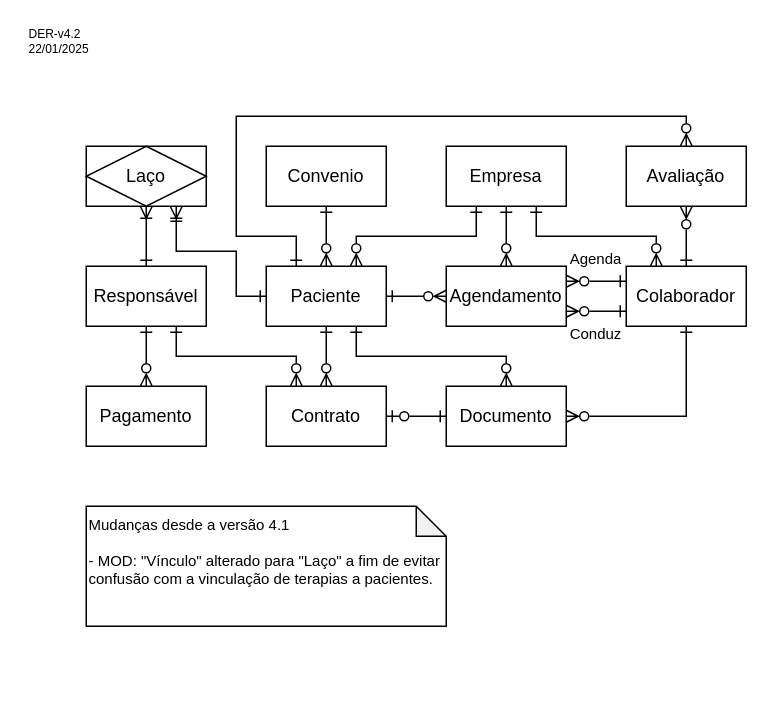
Earlier version of the draw.io diagram page "v4.2" (1 of 5) of docs/desenhos/der.drawio (therapies-love-kids/modulo-avaliacao). Source tidied: cells renumbered, new cells numbered last; positions are measured from the earlier drawing's top-left corner, leaving out a move shared by most shapes. Both pictures are drawn from the tidied source at 150%, with x=0, y=0 at pixel (26, 26).
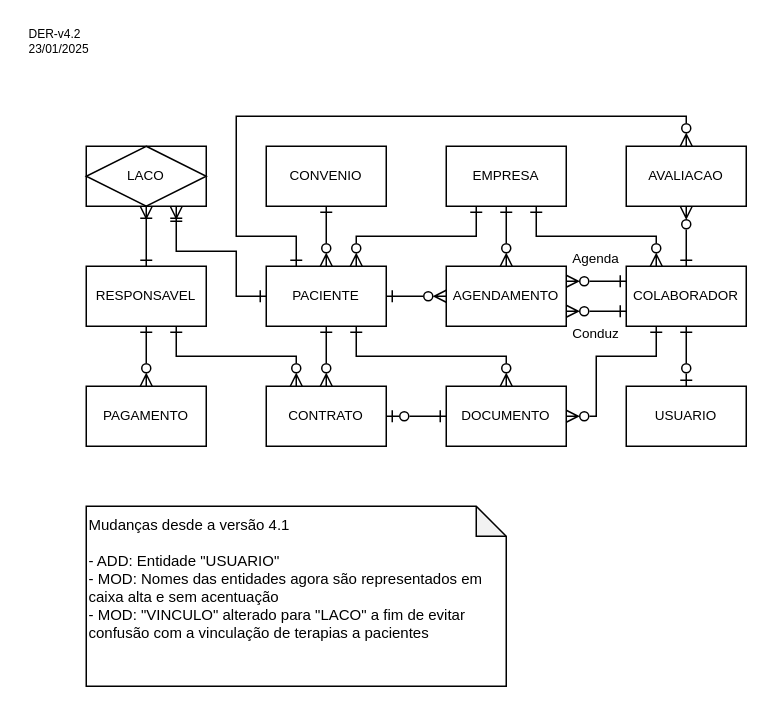
After the change.

Commit message:
MOD: Diagrama 'v4.2' em 'der.drawio'

The edit, as a diff of the source:
```diff
@@
-    <mxCell id="2" style="edgeStyle=orthogonalEdgeStyle;rounded=0;html=1;startArrow=ERone;startFill=0;endArrow=ERzeroToMany;endFill=0;" parent="1" edge="1" source="6" target="9">
+    <mxCell id="2" style="edgeStyle=orthogonalEdgeStyle;rounded=0;html=1;startArrow=ERone;startFill=0;endArrow=ERzeroToMany;endFill=0;fontSize=9;" parent="1" edge="1" source="6" target="9">
       <mxGeometry relative="1" as="geometry" />
     </mxCell>
-    <mxCell id="3" style="edgeStyle=orthogonalEdgeStyle;rounded=0;html=1;entryX=0.75;entryY=1;entryDx=0;entryDy=0;startArrow=ERone;startFill=0;endArrow=ERoneToMany;endFill=0;exitX=0;exitY=0.5;exitDx=0;exitDy=0;" parent="1" edge="1" source="6" target="15">
+    <mxCell id="3" style="edgeStyle=orthogonalEdgeStyle;rounded=0;html=1;entryX=0.75;entryY=1;entryDx=0;entryDy=0;startArrow=ERone;startFill=0;endArrow=ERoneToMany;endFill=0;exitX=0;exitY=0.5;exitDx=0;exitDy=0;fontSize=9;" parent="1" edge="1" source="6" target="15">
       <mxGeometry relative="1" as="geometry">
         <Array as="points">
           <mxPoint x="140" y="180" />
           <mxPoint x="140" y="150" />
           <mxPoint x="100" y="150" />
         </Array>
       </mxGeometry>
     </mxCell>
-    <mxCell id="4" style="edgeStyle=orthogonalEdgeStyle;rounded=0;html=1;startArrow=ERone;startFill=0;endArrow=ERzeroToMany;endFill=0;" parent="1" edge="1" source="6" target="16">
+    <mxCell id="4" style="edgeStyle=orthogonalEdgeStyle;rounded=0;html=1;startArrow=ERone;startFill=0;endArrow=ERzeroToMany;endFill=0;fontSize=9;" parent="1" edge="1" source="6" target="16">
       <mxGeometry relative="1" as="geometry" />
     </mxCell>
-    <mxCell id="5" style="edgeStyle=orthogonalEdgeStyle;rounded=0;html=1;exitX=0.75;exitY=1;exitDx=0;exitDy=0;entryX=0.5;entryY=0;entryDx=0;entryDy=0;startArrow=ERone;startFill=0;endArrow=ERzeroToMany;endFill=0;" parent="1" edge="1" source="6" target="18">
+    <mxCell id="5" style="edgeStyle=orthogonalEdgeStyle;rounded=0;html=1;exitX=0.75;exitY=1;exitDx=0;exitDy=0;entryX=0.5;entryY=0;entryDx=0;entryDy=0;startArrow=ERone;startFill=0;endArrow=ERzeroToMany;endFill=0;fontSize=9;" parent="1" edge="1" source="6" target="18">
       <mxGeometry relative="1" as="geometry" />
     </mxCell>
-    <mxCell id="6" value="Paciente" style="rounded=0;whiteSpace=wrap;html=1;fontSize=12;" parent="1" vertex="1">
+    <mxCell id="6" value="PACIENTE" style="rounded=0;whiteSpace=wrap;html=1;fontSize=9;" parent="1" vertex="1">
       <mxGeometry x="160" y="160" width="80" height="40" as="geometry" />
     </mxCell>
-    <mxCell id="7" style="edgeStyle=orthogonalEdgeStyle;html=1;endArrow=ERzeroToMany;endFill=0;startArrow=ERone;startFill=0;" parent="1" edge="1" source="8" target="6">
+    <mxCell id="7" style="edgeStyle=orthogonalEdgeStyle;html=1;endArrow=ERzeroToMany;endFill=0;startArrow=ERone;startFill=0;fontSize=9;" parent="1" edge="1" source="8" target="6">
       <mxGeometry relative="1" as="geometry" />
     </mxCell>
-    <mxCell id="8" value="Convenio" style="rounded=0;whiteSpace=wrap;html=1;fontSize=12;" parent="1" vertex="1">
+    <mxCell id="8" value="CONVENIO" style="rounded=0;whiteSpace=wrap;html=1;fontSize=9;" parent="1" vertex="1">
       <mxGeometry x="160" y="80" width="80" height="40" as="geometry" />
     </mxCell>
-    <mxCell id="9" value="Agendamento" style="rounded=0;whiteSpace=wrap;html=1;fontSize=12;" parent="1" vertex="1">
+    <mxCell id="9" value="AGENDAMENTO" style="rounded=0;whiteSpace=wrap;html=1;fontSize=9;" parent="1" vertex="1">
       <mxGeometry x="280" y="160" width="80" height="40" as="geometry" />
     </mxCell>
-    <mxCell id="10" value="Pagamento" style="rounded=0;whiteSpace=wrap;html=1;fontSize=12;" parent="1" vertex="1">
+    <mxCell id="10" value="PAGAMENTO" style="rounded=0;whiteSpace=wrap;html=1;fontSize=9;" parent="1" vertex="1">
       <mxGeometry x="40" y="240" width="80" height="40" as="geometry" />
     </mxCell>
-    <mxCell id="11" style="edgeStyle=orthogonalEdgeStyle;rounded=0;html=1;startArrow=ERone;startFill=0;endArrow=ERoneToMany;endFill=0;" parent="1" edge="1" source="14" target="15">
+    <mxCell id="11" style="edgeStyle=orthogonalEdgeStyle;rounded=0;html=1;startArrow=ERone;startFill=0;endArrow=ERoneToMany;endFill=0;fontSize=9;" parent="1" edge="1" source="14" target="15">
       <mxGeometry relative="1" as="geometry" />
     </mxCell>
-    <mxCell id="12" style="edgeStyle=orthogonalEdgeStyle;rounded=0;html=1;exitX=0.75;exitY=1;exitDx=0;exitDy=0;entryX=0.25;entryY=0;entryDx=0;entryDy=0;startArrow=ERone;startFill=0;endArrow=ERzeroToMany;endFill=0;" parent="1" edge="1" source="14" target="16">
+    <mxCell id="12" style="edgeStyle=orthogonalEdgeStyle;rounded=0;html=1;exitX=0.75;exitY=1;exitDx=0;exitDy=0;entryX=0.25;entryY=0;entryDx=0;entryDy=0;startArrow=ERone;startFill=0;endArrow=ERzeroToMany;endFill=0;fontSize=9;" parent="1" edge="1" source="14" target="16">
       <mxGeometry relative="1" as="geometry" />
     </mxCell>
-    <mxCell id="13" style="edgeStyle=orthogonalEdgeStyle;rounded=0;html=1;startArrow=ERone;startFill=0;endArrow=ERzeroToMany;endFill=0;" parent="1" edge="1" source="14" target="10">
+    <mxCell id="13" style="edgeStyle=orthogonalEdgeStyle;rounded=0;html=1;startArrow=ERone;startFill=0;endArrow=ERzeroToMany;endFill=0;fontSize=9;" parent="1" edge="1" source="14" target="10">
       <mxGeometry relative="1" as="geometry" />
     </mxCell>
-    <mxCell id="14" value="Responsável" style="rounded=0;whiteSpace=wrap;html=1;fontSize=12;" parent="1" vertex="1">
+    <mxCell id="14" value="RESPONSAVEL" style="rounded=0;whiteSpace=wrap;html=1;fontSize=9;" parent="1" vertex="1">
       <mxGeometry x="40" y="160" width="80" height="40" as="geometry" />
     </mxCell>
-    <mxCell id="15" value="&lt;span style=&quot;font-size: 12px;&quot;&gt;Laço&lt;/span&gt;" style="shape=associativeEntity;whiteSpace=wrap;html=1;align=center;fontSize=10;" parent="1" vertex="1">
+    <mxCell id="15" value="&lt;span style=&quot;font-size: 9px;&quot;&gt;LACO&lt;/span&gt;" style="shape=associativeEntity;whiteSpace=wrap;html=1;align=center;fontSize=9;" parent="1" vertex="1">
       <mxGeometry x="40" y="80" width="80" height="40" as="geometry" />
     </mxCell>
-    <mxCell id="16" value="Contrato" style="rounded=0;whiteSpace=wrap;html=1;fontSize=12;" parent="1" vertex="1">
+    <mxCell id="16" value="CONTRATO" style="rounded=0;whiteSpace=wrap;html=1;fontSize=9;" parent="1" vertex="1">
       <mxGeometry x="160" y="240" width="80" height="40" as="geometry" />
     </mxCell>
-    <mxCell id="17" style="edgeStyle=orthogonalEdgeStyle;rounded=0;html=1;startArrow=ERone;startFill=0;endArrow=ERzeroToOne;endFill=0;" parent="1" edge="1" source="18" target="16">
+    <mxCell id="17" style="edgeStyle=orthogonalEdgeStyle;rounded=0;html=1;startArrow=ERone;startFill=0;endArrow=ERzeroToOne;endFill=0;fontSize=9;" parent="1" edge="1" source="18" target="16">
       <mxGeometry relative="1" as="geometry" />
     </mxCell>
-    <mxCell id="18" value="Documento" style="rounded=0;whiteSpace=wrap;html=1;fontSize=12;" parent="1" vertex="1">
+    <mxCell id="18" value="DOCUMENTO" style="rounded=0;whiteSpace=wrap;html=1;fontSize=9;" parent="1" vertex="1">
       <mxGeometry x="280" y="240" width="80" height="40" as="geometry" />
     </mxCell>
-    <mxCell id="19" style="edgeStyle=orthogonalEdgeStyle;rounded=0;html=1;entryX=0.25;entryY=0;entryDx=0;entryDy=0;endArrow=ERone;endFill=0;startArrow=ERzeroToMany;startFill=0;" parent="1" edge="1" source="21" target="6">
+    <mxCell id="19" style="edgeStyle=orthogonalEdgeStyle;rounded=0;html=1;entryX=0.25;entryY=0;entryDx=0;entryDy=0;endArrow=ERone;endFill=0;startArrow=ERzeroToMany;startFill=0;fontSize=9;" parent="1" edge="1" source="21" target="6">
       <mxGeometry relative="1" as="geometry">
         <Array as="points">
           <mxPoint x="440" y="60" />
           <mxPoint x="140" y="60" />
           <mxPoint x="140" y="140" />
           <mxPoint x="180" y="140" />
         </Array>
       </mxGeometry>
     </mxCell>
-    <mxCell id="20" style="edgeStyle=orthogonalEdgeStyle;rounded=0;html=1;startArrow=ERzeroToMany;startFill=0;endArrow=ERone;endFill=0;" parent="1" edge="1" source="21" target="25">
+    <mxCell id="20" style="edgeStyle=orthogonalEdgeStyle;rounded=0;html=1;startArrow=ERzeroToMany;startFill=0;endArrow=ERone;endFill=0;fontSize=9;" parent="1" edge="1" source="21" target="25">
       <mxGeometry relative="1" as="geometry" />
     </mxCell>
-    <mxCell id="21" value="Avaliação" style="rounded=0;whiteSpace=wrap;html=1;fontSize=12;" parent="1" vertex="1">
+    <mxCell id="21" value="AVALIACAO" style="rounded=0;whiteSpace=wrap;html=1;fontSize=9;" parent="1" vertex="1">
       <mxGeometry x="400" y="80" width="80" height="40" as="geometry" />
     </mxCell>
-    <mxCell id="22" style="edgeStyle=orthogonalEdgeStyle;rounded=0;html=1;entryX=1;entryY=0.5;entryDx=0;entryDy=0;startArrow=ERone;startFill=0;endArrow=ERzeroToMany;endFill=0;" parent="1" edge="1" source="25" target="18">
+    <mxCell id="22" style="edgeStyle=orthogonalEdgeStyle;rounded=0;html=1;entryX=1;entryY=0.5;entryDx=0;entryDy=0;startArrow=ERone;startFill=0;endArrow=ERzeroToMany;endFill=0;fontSize=9;exitX=0.25;exitY=1;exitDx=0;exitDy=0;" parent="1" edge="1" source="25" target="18">
       <mxGeometry relative="1" as="geometry">
         <Array as="points">
-          <mxPoint x="440" y="260" />
+          <mxPoint x="420" y="220" />
+          <mxPoint x="380" y="220" />
+          <mxPoint x="380" y="260" />
         </Array>
       </mxGeometry>
     </mxCell>
-    <mxCell id="23" style="edgeStyle=orthogonalEdgeStyle;rounded=0;html=1;exitX=0;exitY=0.25;exitDx=0;exitDy=0;entryX=1;entryY=0.25;entryDx=0;entryDy=0;startArrow=ERone;startFill=0;endArrow=ERzeroToMany;endFill=0;" parent="1" edge="1" source="25" target="9">
+    <mxCell id="23" style="edgeStyle=orthogonalEdgeStyle;rounded=0;html=1;exitX=0;exitY=0.25;exitDx=0;exitDy=0;entryX=1;entryY=0.25;entryDx=0;entryDy=0;startArrow=ERone;startFill=0;endArrow=ERzeroToMany;endFill=0;fontSize=9;" parent="1" edge="1" source="25" target="9">
       <mxGeometry relative="1" as="geometry" />
     </mxCell>
-    <mxCell id="24" style="edgeStyle=orthogonalEdgeStyle;rounded=0;html=1;exitX=0;exitY=0.75;exitDx=0;exitDy=0;entryX=1;entryY=0.75;entryDx=0;entryDy=0;startArrow=ERone;startFill=0;endArrow=ERzeroToMany;endFill=0;" parent="1" edge="1" source="25" target="9">
+    <mxCell id="24" style="edgeStyle=orthogonalEdgeStyle;rounded=0;html=1;exitX=0;exitY=0.75;exitDx=0;exitDy=0;entryX=1;entryY=0.75;entryDx=0;entryDy=0;startArrow=ERone;startFill=0;endArrow=ERzeroToMany;endFill=0;fontSize=9;" parent="1" edge="1" source="25" target="9">
       <mxGeometry relative="1" as="geometry" />
     </mxCell>
-    <mxCell id="25" value="Colaborador" style="rounded=0;whiteSpace=wrap;html=1;fontSize=12;" parent="1" vertex="1">
+    <mxCell id="25" value="COLABORADOR" style="rounded=0;whiteSpace=wrap;html=1;fontSize=9;" parent="1" vertex="1">
       <mxGeometry x="400" y="160" width="80" height="40" as="geometry" />
     </mxCell>
-    <mxCell id="26" style="edgeStyle=orthogonalEdgeStyle;rounded=0;html=1;exitX=0.25;exitY=1;exitDx=0;exitDy=0;entryX=0.75;entryY=0;entryDx=0;entryDy=0;startArrow=ERone;startFill=0;endArrow=ERzeroToMany;endFill=0;" parent="1" edge="1" source="29" target="6">
+    <mxCell id="26" style="edgeStyle=orthogonalEdgeStyle;rounded=0;html=1;exitX=0.25;exitY=1;exitDx=0;exitDy=0;entryX=0.75;entryY=0;entryDx=0;entryDy=0;startArrow=ERone;startFill=0;endArrow=ERzeroToMany;endFill=0;fontSize=9;" parent="1" edge="1" source="29" target="6">
       <mxGeometry relative="1" as="geometry" />
     </mxCell>
-    <mxCell id="27" style="edgeStyle=orthogonalEdgeStyle;rounded=0;html=1;startArrow=ERone;startFill=0;endArrow=ERzeroToMany;endFill=0;" parent="1" edge="1" source="29" target="9">
+    <mxCell id="27" style="edgeStyle=orthogonalEdgeStyle;rounded=0;html=1;startArrow=ERone;startFill=0;endArrow=ERzeroToMany;endFill=0;fontSize=9;" parent="1" edge="1" source="29" target="9">
       <mxGeometry relative="1" as="geometry" />
     </mxCell>
-    <mxCell id="28" style="edgeStyle=orthogonalEdgeStyle;rounded=0;html=1;exitX=0.75;exitY=1;exitDx=0;exitDy=0;entryX=0.25;entryY=0;entryDx=0;entryDy=0;startArrow=ERone;startFill=0;endArrow=ERzeroToMany;endFill=0;" parent="1" edge="1" source="29" target="25">
-      <mxGeometry relative="1" as="geometry" />
+    <mxCell id="28" style="edgeStyle=orthogonalEdgeStyle;rounded=0;html=1;entryX=0.25;entryY=0;entryDx=0;entryDy=0;startArrow=ERone;startFill=0;endArrow=ERzeroToMany;endFill=0;fontSize=9;exitX=0.75;exitY=1;exitDx=0;exitDy=0;" parent="1" edge="1" source="29" target="25">
+      <mxGeometry relative="1" as="geometry">
+        <Array as="points">
+          <mxPoint x="340" y="140" />
+          <mxPoint x="420" y="140" />
+        </Array>
+      </mxGeometry>
     </mxCell>
-    <mxCell id="29" value="Empresa" style="rounded=0;whiteSpace=wrap;html=1;fontSize=12;" parent="1" vertex="1">
+    <mxCell id="29" value="EMPRESA" style="rounded=0;whiteSpace=wrap;html=1;fontSize=9;" parent="1" vertex="1">
       <mxGeometry x="280" y="80" width="80" height="40" as="geometry" />
     </mxCell>
-    <mxCell id="30" style="endArrow=none;html=1;rounded=0;fontFamily=Helvetica;fontSize=10;" parent="1" edge="1">
+    <mxCell id="30" style="endArrow=none;html=1;rounded=0;fontFamily=Helvetica;fontSize=9;" parent="1" edge="1">
       <mxGeometry relative="1" as="geometry">
         <mxPoint x="104" y="130" as="sourcePoint" />
         <mxPoint x="96" y="130" as="targetPoint" />
       </mxGeometry>
     </mxCell>
-    <mxCell id="31" value="Agenda" style="text;html=1;strokeColor=none;fillColor=none;align=center;verticalAlign=middle;whiteSpace=wrap;rounded=0;fontSize=10;" parent="1" vertex="1">
+    <mxCell id="31" value="Agenda" style="text;html=1;strokeColor=none;fillColor=none;align=center;verticalAlign=middle;whiteSpace=wrap;rounded=0;fontSize=9;" parent="1" vertex="1">
       <mxGeometry x="360" y="150" width="40" height="10" as="geometry" />
     </mxCell>
-    <mxCell id="32" value="Conduz" style="text;html=1;strokeColor=none;fillColor=none;align=center;verticalAlign=middle;whiteSpace=wrap;rounded=0;fontSize=10;" parent="1" vertex="1">
+    <mxCell id="32" value="Conduz" style="text;html=1;strokeColor=none;fillColor=none;align=center;verticalAlign=middle;whiteSpace=wrap;rounded=0;fontSize=9;" parent="1" vertex="1">
       <mxGeometry x="360" y="200" width="40" height="10" as="geometry" />
     </mxCell>
-    <mxCell id="33" value="Mudanças desde a versão 4.1&lt;br&gt;&lt;br&gt;- MOD: &quot;Vínculo&quot; alterado para &quot;Laço&quot; a fim de evitar confusão com a vinculação de terapias a pacientes." style="shape=note;whiteSpace=wrap;html=1;backgroundOutline=1;darkOpacity=0.05;fontFamily=Helvetica;fontSize=10;size=20;align=left;verticalAlign=top;" parent="1" vertex="1">
-      <mxGeometry x="40" y="320" width="240" height="80" as="geometry" />
+    <mxCell id="33" value="Mudanças desde a versão 4.1&lt;br&gt;&lt;br&gt;- ADD: Entidade &quot;USUARIO&quot;&lt;br&gt;- MOD: Nomes das entidades agora são representados em caixa alta e sem acentuação&lt;br&gt;- MOD: &quot;VINCULO&quot; alterado para &quot;LACO&quot; a fim de evitar confusão com a vinculação de terapias a pacientes" style="shape=note;whiteSpace=wrap;html=1;backgroundOutline=1;darkOpacity=0.05;fontFamily=Helvetica;fontSize=10;size=20;align=left;verticalAlign=top;" parent="1" vertex="1">
+      <mxGeometry x="40" y="320" width="280" height="120" as="geometry" />
     </mxCell>
@@
-    <mxCell id="35" value="22/01/2025" style="text;html=1;strokeColor=none;fillColor=none;align=left;verticalAlign=middle;whiteSpace=wrap;rounded=0;fontSize=8;labelPosition=center;verticalLabelPosition=middle;" parent="1" vertex="1">
+    <mxCell id="35" value="23/01/2025" style="text;html=1;strokeColor=none;fillColor=none;align=left;verticalAlign=middle;whiteSpace=wrap;rounded=0;fontSize=8;labelPosition=center;verticalLabelPosition=middle;" parent="1" vertex="1">
       <mxGeometry y="10" width="50" height="10" as="geometry" />
     </mxCell>
+    <mxCell id="36" style="edgeStyle=none;html=1;entryX=0.5;entryY=1;entryDx=0;entryDy=0;fontSize=9;endArrow=ERone;endFill=0;startArrow=ERzeroToOne;startFill=0;" parent="1" edge="1" source="37" target="25">
+      <mxGeometry relative="1" as="geometry" />
+    </mxCell>
+    <mxCell id="37" value="USUARIO" style="rounded=0;whiteSpace=wrap;html=1;fontSize=9;" parent="1" vertex="1">
+      <mxGeometry x="400" y="240" width="80" height="40" as="geometry" />
+    </mxCell>
```
